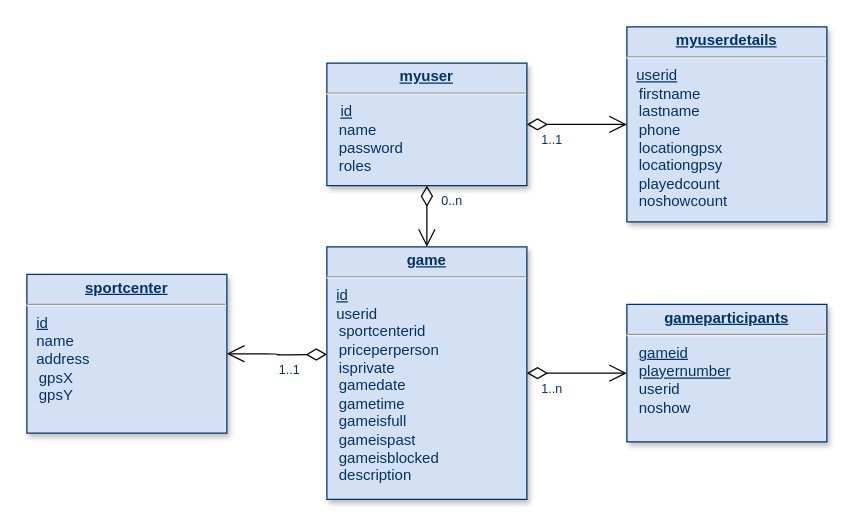
Earlier version of the draw.io diagram dbs schema.drawio (dicaros/BVapp). Source tidied: cells renumbered, new cells numbered last; positions are measured from the earlier drawing's top-left corner, leaving out a move shared by most shapes. Both pictures are drawn from the tidied source at 125%, with x=0, y=0 at pixel (26, 26).
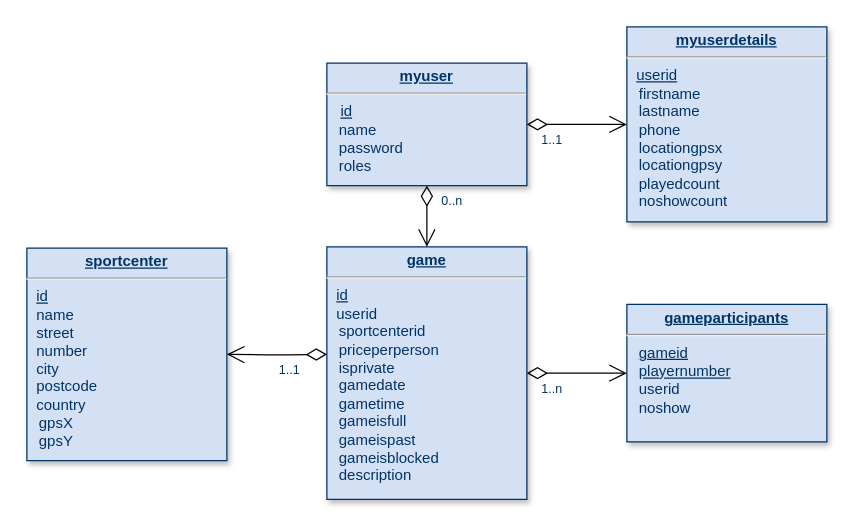
After the change.

Diff of the diagram source:
```diff
@@
 <mxGraphModel background="#ffffff">
   <root>
     <mxCell id="0" />
     <mxCell id="1" parent="0" />
     <mxCell id="2" value="&lt;p style=&quot;margin: 0px ; margin-top: 4px ; text-align: center ; text-decoration: underline&quot;&gt;&lt;strong&gt;game&lt;/strong&gt;&lt;/p&gt;&lt;hr&gt;&lt;p style=&quot;margin: 0px ; margin-left: 8px&quot;&gt;&lt;u&gt;id&lt;/u&gt;&lt;br&gt;&lt;/p&gt;&lt;p style=&quot;margin: 0px ; margin-left: 8px&quot;&gt;userid&lt;/p&gt;&lt;div&gt;&amp;nbsp;&amp;nbsp; sportcenterid&lt;/div&gt;&lt;div&gt;&amp;nbsp;&amp;nbsp; priceperperson&lt;br&gt;&lt;/div&gt;&lt;div&gt;&amp;nbsp;&amp;nbsp; isprivate&lt;/div&gt;&lt;div&gt;&amp;nbsp;&amp;nbsp; gamedate&lt;/div&gt;&lt;div&gt;&amp;nbsp;&amp;nbsp; gametime&lt;/div&gt;&lt;div&gt;&amp;nbsp;&amp;nbsp; gameisfull&lt;/div&gt;&lt;div&gt;&amp;nbsp;&amp;nbsp; gameispast&lt;/div&gt;&lt;div&gt;&amp;nbsp;&amp;nbsp; gameisblocked&lt;br&gt;&lt;/div&gt;&lt;div&gt;&amp;nbsp;&amp;nbsp; description&lt;br&gt;&lt;/div&gt;&lt;div&gt;&amp;nbsp;&amp;nbsp; &lt;br&gt;&lt;/div&gt;" style="verticalAlign=top;align=left;overflow=fill;fontSize=12;fontFamily=Helvetica;html=1;strokeColor=#003366;shadow=1;fillColor=#D4E1F5;fontColor=#003366;" parent="1" vertex="1">
       <mxGeometry x="240" y="176" width="160" height="202" as="geometry" />
     </mxCell>
     <mxCell id="3" value="&lt;p style=&quot;margin: 0px ; margin-top: 4px ; text-align: center ; text-decoration: underline&quot;&gt;&lt;strong&gt;myuser&lt;br&gt;&lt;/strong&gt;&lt;/p&gt;&lt;hr&gt;&lt;p style=&quot;margin: 0px ; margin-left: 8px&quot;&gt;&lt;i&gt;&amp;nbsp;&lt;/i&gt;&lt;u&gt;id&lt;/u&gt;&lt;/p&gt;&lt;div&gt;&amp;nbsp;&amp;nbsp; name&lt;/div&gt;&lt;div&gt;&amp;nbsp;&amp;nbsp; password&lt;br&gt;&lt;/div&gt;&lt;div&gt;&amp;nbsp;&amp;nbsp; roles&lt;/div&gt;" style="verticalAlign=top;align=left;overflow=fill;fontSize=12;fontFamily=Helvetica;html=1;strokeColor=#003366;shadow=1;fillColor=#D4E1F5;fontColor=#003366;" parent="1" vertex="1">
       <mxGeometry x="240" y="29" width="160" height="98" as="geometry" />
     </mxCell>
     <mxCell id="4" style="endArrow=open;endSize=12;startArrow=diamondThin;startSize=14;startFill=0;edgeStyle=orthogonalEdgeStyle;" parent="1" edge="1" source="3" target="2">
       <mxGeometry x="19" y="368" as="geometry" />
     </mxCell>
     <mxCell id="5" value="0..n" style="align=left;verticalAlign=top;labelBackgroundColor=#ffffff;fontSize=10;strokeColor=#003366;shadow=1;fillColor=#D4E1F5;fontColor=#003366;" parent="4" vertex="1">
       <mxGeometry x="-1" relative="1" as="geometry">
         <mxPoint x="10" as="offset" />
       </mxGeometry>
     </mxCell>
     <mxCell id="6" value="&lt;p style=&quot;margin: 0px ; margin-top: 4px ; text-align: center ; text-decoration: underline&quot;&gt;&lt;strong&gt;gameparticipants&lt;/strong&gt;&lt;/p&gt;&lt;hr&gt;&lt;div&gt;&amp;nbsp;&amp;nbsp; &lt;u&gt;gameid&lt;/u&gt;&lt;/div&gt;&lt;div&gt;&amp;nbsp;&amp;nbsp; &lt;u&gt;playernumber&lt;/u&gt;&lt;/div&gt;&lt;div&gt;&amp;nbsp;&amp;nbsp; userid&lt;/div&gt;&lt;div&gt;&amp;nbsp;&amp;nbsp; noshow&lt;br&gt;&lt;/div&gt;&lt;div&gt;&amp;nbsp;&amp;nbsp; &lt;br&gt;&lt;/div&gt;" style="verticalAlign=top;align=left;overflow=fill;fontSize=12;fontFamily=Helvetica;html=1;strokeColor=#003366;shadow=1;fillColor=#D4E1F5;fontColor=#003366;" parent="1" vertex="1">
       <mxGeometry x="480" y="222" width="160" height="110" as="geometry" />
     </mxCell>
     <mxCell id="7" style="endArrow=open;endSize=12;startArrow=diamondThin;startSize=14;startFill=0;edgeStyle=orthogonalEdgeStyle;entryX=0;entryY=0.5;entryDx=0;entryDy=0;exitX=1;exitY=0.5;exitDx=0;exitDy=0;" parent="1" edge="1" source="2" target="6">
       <mxGeometry x="29" y="378" as="geometry" />
     </mxCell>
     <mxCell id="8" value="1..n" style="align=left;verticalAlign=top;labelBackgroundColor=#ffffff;fontSize=10;strokeColor=#003366;shadow=1;fillColor=#D4E1F5;fontColor=#003366;" parent="7" vertex="1">
       <mxGeometry x="-1" relative="1" as="geometry">
         <mxPoint x="10" as="offset" />
       </mxGeometry>
     </mxCell>
-    <mxCell id="9" value="&lt;p style=&quot;margin: 0px ; margin-top: 4px ; text-align: center ; text-decoration: underline&quot;&gt;&lt;strong&gt;sportcenter&lt;/strong&gt;&lt;/p&gt;&lt;hr&gt;&lt;p style=&quot;margin: 0px ; margin-left: 8px&quot;&gt;&lt;u&gt;id&lt;/u&gt;&lt;/p&gt;&lt;p style=&quot;margin: 0px ; margin-left: 8px&quot;&gt;name&lt;/p&gt;&lt;p style=&quot;margin: 0px ; margin-left: 8px&quot;&gt;address&lt;br&gt;&lt;/p&gt;&amp;nbsp;&amp;nbsp; gpsX&lt;div&gt;&amp;nbsp;&amp;nbsp; gpsY&lt;/div&gt;&lt;div&gt;&amp;nbsp;&amp;nbsp; &lt;br&gt;&lt;/div&gt;&lt;div&gt;&amp;nbsp;&amp;nbsp; &lt;br&gt;&lt;/div&gt;" style="verticalAlign=top;align=left;overflow=fill;fontSize=12;fontFamily=Helvetica;html=1;strokeColor=#003366;shadow=1;fillColor=#D4E1F5;fontColor=#003366;" parent="1" vertex="1">
-      <mxGeometry y="198" width="160" height="127" as="geometry" />
+    <mxCell id="9" value="&lt;p style=&quot;margin: 0px ; margin-top: 4px ; text-align: center ; text-decoration: underline&quot;&gt;&lt;strong&gt;sportcenter&lt;/strong&gt;&lt;/p&gt;&lt;hr&gt;&lt;p style=&quot;margin: 0px ; margin-left: 8px&quot;&gt;&lt;u&gt;id&lt;/u&gt;&lt;/p&gt;&lt;p style=&quot;margin: 0px ; margin-left: 8px&quot;&gt;name&lt;/p&gt;&lt;p style=&quot;margin: 0px ; margin-left: 8px&quot;&gt;street&lt;/p&gt;&lt;p style=&quot;margin: 0px ; margin-left: 8px&quot;&gt;number&lt;br&gt;&lt;/p&gt;&lt;p style=&quot;margin: 0px ; margin-left: 8px&quot;&gt;city&lt;/p&gt;&lt;p style=&quot;margin: 0px ; margin-left: 8px&quot;&gt;postcode&lt;/p&gt;&lt;p style=&quot;margin: 0px ; margin-left: 8px&quot;&gt;country&lt;br&gt;&lt;/p&gt;&amp;nbsp;&amp;nbsp; gpsX&lt;div&gt;&amp;nbsp;&amp;nbsp; gpsY&lt;/div&gt;&lt;div&gt;&amp;nbsp;&amp;nbsp; &lt;br&gt;&lt;/div&gt;&lt;div&gt;&amp;nbsp;&amp;nbsp; &lt;br&gt;&lt;/div&gt;" style="verticalAlign=top;align=left;overflow=fill;fontSize=12;fontFamily=Helvetica;html=1;strokeColor=#003366;shadow=1;fillColor=#D4E1F5;fontColor=#003366;" parent="1" vertex="1">
+      <mxGeometry y="177" width="160" height="170" as="geometry" />
     </mxCell>
     <mxCell id="10" value="&lt;p style=&quot;margin: 0px ; margin-top: 4px ; text-align: center ; text-decoration: underline&quot;&gt;&lt;strong&gt;myuserdetails&lt;/strong&gt;&lt;/p&gt;&lt;hr&gt;&lt;p style=&quot;margin: 0px ; margin-left: 8px&quot;&gt;&lt;u&gt;user&lt;/u&gt;&lt;u&gt;id&lt;/u&gt;&lt;/p&gt;&lt;div&gt;&amp;nbsp;&amp;nbsp; firstname&lt;/div&gt;&lt;div&gt;&amp;nbsp;&amp;nbsp; lastname&lt;/div&gt;&lt;div&gt;&amp;nbsp;&amp;nbsp; phone&lt;br&gt;&lt;/div&gt;&lt;div&gt;&amp;nbsp;&amp;nbsp; locationgpsx&lt;br&gt;&lt;/div&gt;&lt;div&gt;&amp;nbsp;&amp;nbsp; locationgpsy&lt;/div&gt;&lt;div&gt;&amp;nbsp;&amp;nbsp; playedcount&lt;/div&gt;&lt;div&gt;&amp;nbsp;&amp;nbsp; noshowcount&lt;br&gt;&lt;/div&gt;" style="verticalAlign=top;align=left;overflow=fill;fontSize=12;fontFamily=Helvetica;html=1;strokeColor=#003366;shadow=1;fillColor=#D4E1F5;fontColor=#003366;" parent="1" vertex="1">
       <mxGeometry x="480" width="160" height="156" as="geometry" />
     </mxCell>
     <mxCell id="11" style="endArrow=open;endSize=12;startArrow=diamondThin;startSize=14;startFill=0;edgeStyle=orthogonalEdgeStyle;exitX=1;exitY=0.5;exitDx=0;exitDy=0;entryX=0;entryY=0.5;entryDx=0;entryDy=0;" parent="1" edge="1" source="3" target="10">
       <mxGeometry x="29" y="378" as="geometry" />
     </mxCell>
     <mxCell id="12" value="1..1" style="align=left;verticalAlign=top;labelBackgroundColor=#ffffff;fontSize=10;strokeColor=#003366;shadow=1;fillColor=#D4E1F5;fontColor=#003366;" parent="11" vertex="1">
       <mxGeometry x="-1" relative="1" as="geometry">
         <mxPoint x="10" as="offset" />
       </mxGeometry>
     </mxCell>
     <mxCell id="13" style="endArrow=open;endSize=12;startArrow=diamondThin;startSize=14;startFill=0;edgeStyle=orthogonalEdgeStyle;entryX=1;entryY=0.5;entryDx=0;entryDy=0;" parent="1" edge="1" target="9">
       <mxGeometry x="-180" y="364" as="geometry">
         <mxPoint x="240" y="262" as="sourcePoint" />
       </mxGeometry>
     </mxCell>
     <mxCell id="14" value="1..1" style="align=left;verticalAlign=top;labelBackgroundColor=#ffffff;fontSize=10;strokeColor=#003366;shadow=1;fillColor=#D4E1F5;fontColor=#003366;" parent="13" vertex="1">
       <mxGeometry x="-1" relative="1" as="geometry">
         <mxPoint x="-40" as="offset" />
       </mxGeometry>
     </mxCell>
   </root>
 </mxGraphModel>
```
